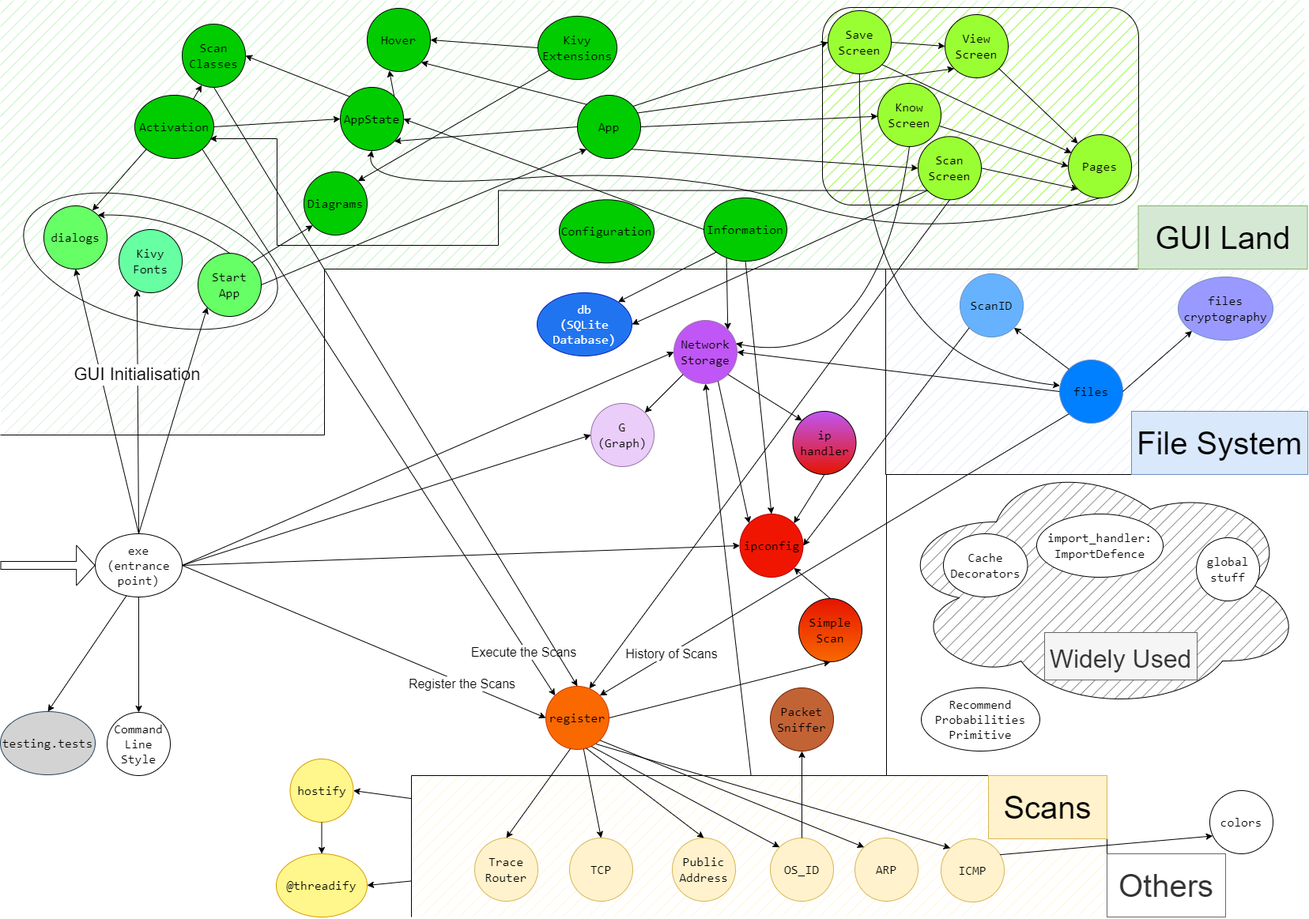
Before: Scanner/drawio-diagrams/done/modules.png, a diagram exported from draw.io (ShZil/network-utilities). Source tidied: cells renumbered, new cells last; positions are measured from the earlier drawing's top-left corner, leaving out a move shared by most shapes.
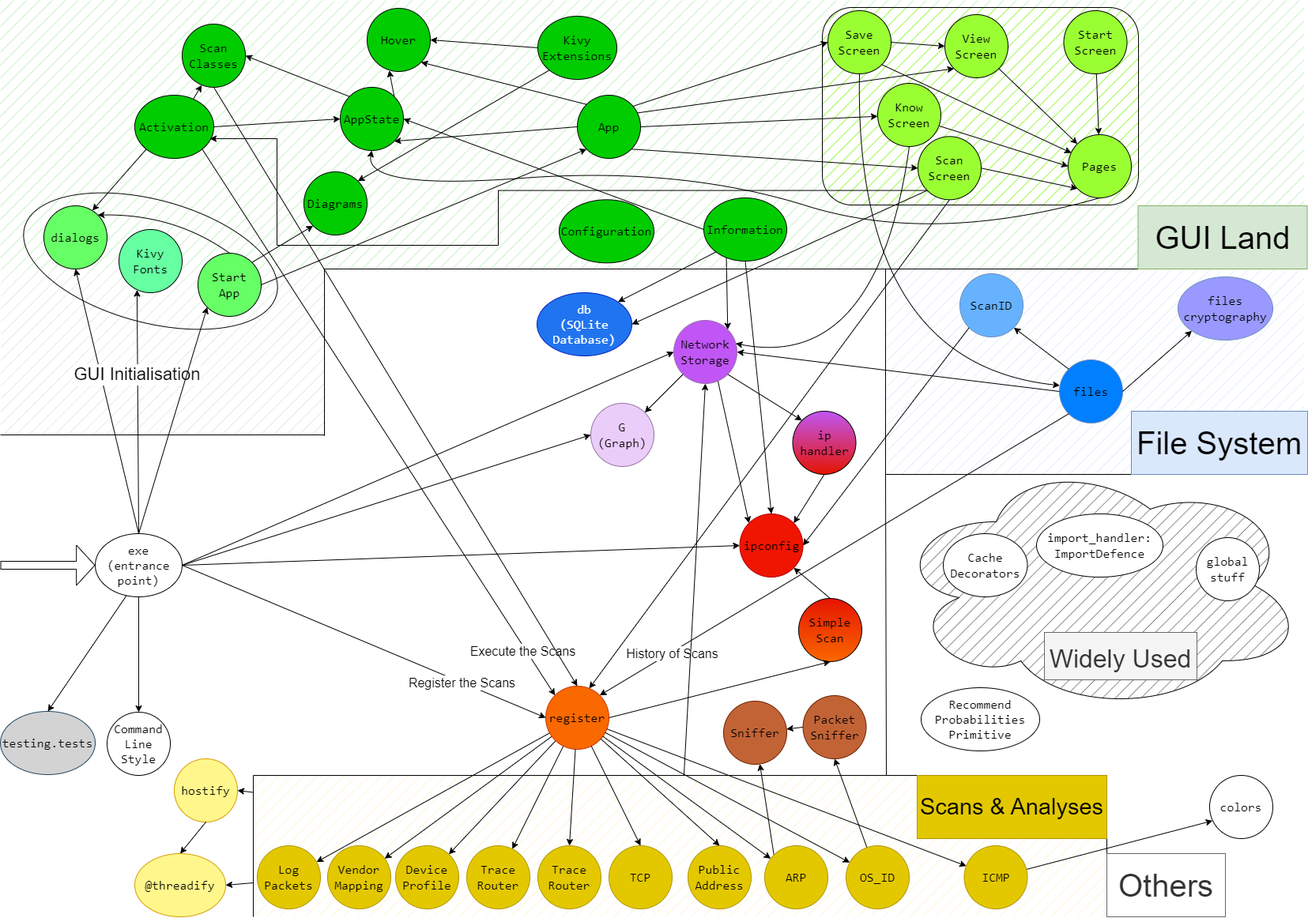
Later version of the same file.

What changed in the source:
```diff
@@ -3,7 +3,7 @@
     <mxCell id="0" />
     <mxCell id="1" parent="0" />
     <mxCell id="2" style="rounded=0;whiteSpace=wrap;html=1;strokeColor=none;fillColor=#fff2cc;fillStyle=hatch;" parent="1" vertex="1">
-      <mxGeometry x="520" y="981" width="880" height="179" as="geometry" />
+      <mxGeometry x="320" y="981" width="1080" height="179" as="geometry" />
     </mxCell>
     <mxCell id="3" style="rounded=0;whiteSpace=wrap;html=1;fillColor=#00CC00;strokeColor=none;fillStyle=hatch;opacity=30;" parent="1" vertex="1">
       <mxGeometry width="1650" height="340" as="geometry" />
@@ -30,7 +30,7 @@
       <mxGeometry x="25" y="252.3" width="330" height="155.4" as="geometry" />
     </mxCell>
     <mxCell id="11" value="colors" style="ellipse;whiteSpace=wrap;html=1;fontFamily=Consolas;fontSize=16;" parent="1" vertex="1">
-      <mxGeometry x="1530" y="1000" width="80" height="80" as="geometry" />
+      <mxGeometry x="1530" y="981" width="80" height="80" as="geometry" />
     </mxCell>
     <mxCell id="12" value="Command&lt;br&gt;Line&lt;br&gt;Style" style="ellipse;whiteSpace=wrap;html=1;fontFamily=Consolas;fontSize=16;" parent="1" vertex="1">
       <mxGeometry x="135" y="901" width="80" height="80" as="geometry" />
@@ -51,7 +51,7 @@
       <mxGeometry x="1513" y="680" width="80" height="80" as="geometry" />
     </mxCell>
     <mxCell id="18" value="hostify" style="ellipse;whiteSpace=wrap;html=1;fontFamily=Consolas;fontSize=16;fillColor=#FFF78C;strokeColor=#d79b00;" parent="1" vertex="1">
-      <mxGeometry x="366.5" y="960" width="80" height="80" as="geometry" />
+      <mxGeometry x="220" y="960" width="80" height="80" as="geometry" />
     </mxCell>
     <mxCell id="19" value="import_handler: ImportDefence" style="ellipse;whiteSpace=wrap;html=1;fontFamily=Consolas;fontSize=16;" parent="1" vertex="1">
       <mxGeometry x="1311" y="650" width="160" height="80" as="geometry" />
@@ -65,12 +65,27 @@
     <mxCell id="22" value="Network&lt;br&gt;Storage" style="ellipse;whiteSpace=wrap;html=1;fontFamily=Consolas;fontSize=16;fillColor=#c056f5;strokeColor=#9673a6;" parent="1" vertex="1">
       <mxGeometry x="852" y="405" width="80" height="80" as="geometry" />
     </mxCell>
+    <mxCell id="131" style="edgeStyle=none;html=1;exitX=0;exitY=0.5;exitDx=0;exitDy=0;fontSize=29;" parent="1" edge="1" source="23" target="144">
+      <mxGeometry relative="1" as="geometry" />
+    </mxCell>
     <mxCell id="23" value="Packet&lt;br&gt;Sniffer" style="ellipse;whiteSpace=wrap;html=1;fontFamily=Consolas;fontSize=16;fillColor=#C26336;fontColor=#000000;strokeColor=#6D1F00;" parent="1" vertex="1">
-      <mxGeometry x="974" y="870" width="80" height="80" as="geometry" />
+      <mxGeometry x="1015.5" y="880" width="80" height="80" as="geometry" />
     </mxCell>
     <mxCell id="24" value="Recommend&lt;br&gt;Probabilities&lt;br&gt;Primitive" style="ellipse;whiteSpace=wrap;html=1;fontFamily=Consolas;fontSize=16;" parent="1" vertex="1">
       <mxGeometry x="1165" y="870" width="150" height="80" as="geometry" />
     </mxCell>
+    <mxCell id="132" style="edgeStyle=none;html=1;fontSize=29;" parent="1" edge="1" source="25" target="140">
+      <mxGeometry relative="1" as="geometry" />
+    </mxCell>
+    <mxCell id="133" style="edgeStyle=none;html=1;fontSize=29;" parent="1" edge="1" source="25" target="141">
+      <mxGeometry relative="1" as="geometry" />
+    </mxCell>
+    <mxCell id="134" style="edgeStyle=none;html=1;fontSize=29;" parent="1" edge="1" source="25" target="142">
+      <mxGeometry relative="1" as="geometry" />
+    </mxCell>
+    <mxCell id="135" style="edgeStyle=none;html=1;fontSize=29;" parent="1" edge="1" source="25" target="143">
+      <mxGeometry relative="1" as="geometry" />
+    </mxCell>
     <mxCell id="25" value="register" style="ellipse;whiteSpace=wrap;html=1;fontFamily=Consolas;fontSize=16;fillColor=#fa6800;strokeColor=#C73500;fontColor=#000000;" parent="1" vertex="1">
       <mxGeometry x="690" y="868" width="80" height="80" as="geometry" />
     </mxCell>
@@ -81,7 +96,7 @@
       <mxGeometry x="1010" y="757" width="80" height="80" as="geometry" />
     </mxCell>
     <mxCell id="28" value="@threadify" style="ellipse;whiteSpace=wrap;html=1;fontFamily=Consolas;fontSize=16;fillColor=#FFF78C;strokeColor=#d79b00;" parent="1" vertex="1">
-      <mxGeometry x="349" y="1080" width="115" height="80" as="geometry" />
+      <mxGeometry x="170" y="1080" width="115" height="80" as="geometry" />
     </mxCell>
     <mxCell id="29" value="Activation" style="ellipse;whiteSpace=wrap;html=1;fontFamily=Consolas;fontSize=16;fillColor=#00CC00;" parent="1" vertex="1">
       <mxGeometry x="170" y="120" width="100" height="80" as="geometry" />
@@ -144,23 +159,14 @@
     <mxCell id="46" value="View&lt;br&gt;Screen" style="ellipse;whiteSpace=wrap;html=1;fontFamily=Consolas;fontSize=16;fillColor=#99FF33;" parent="1" vertex="1">
       <mxGeometry x="1195" y="18" width="80" height="80" as="geometry" />
     </mxCell>
-    <mxCell id="47" value="ARP" style="ellipse;whiteSpace=wrap;html=1;fontFamily=Consolas;fontSize=16;fillColor=#fff2cc;strokeColor=#d6b656;" parent="1" vertex="1">
-      <mxGeometry x="1081" y="1060" width="80" height="80" as="geometry" />
-    </mxCell>
-    <mxCell id="48" value="ICMP" style="ellipse;whiteSpace=wrap;html=1;fontFamily=Consolas;fontSize=16;fillColor=#fff2cc;strokeColor=#d6b656;" parent="1" vertex="1">
-      <mxGeometry x="1190" y="1061" width="80" height="80" as="geometry" />
-    </mxCell>
-    <mxCell id="49" value="OS_ID" style="ellipse;whiteSpace=wrap;html=1;fontFamily=Consolas;fontSize=16;fillColor=#fff2cc;strokeColor=#d6b656;" parent="1" vertex="1">
-      <mxGeometry x="974" y="1060" width="80" height="80" as="geometry" />
-    </mxCell>
-    <mxCell id="50" value="Public&lt;br&gt;Address" style="ellipse;whiteSpace=wrap;html=1;fontFamily=Consolas;fontSize=16;fillColor=#fff2cc;strokeColor=#d6b656;" parent="1" vertex="1">
-      <mxGeometry x="850" y="1060" width="80" height="80" as="geometry" />
+    <mxCell id="50" value="Public&lt;br&gt;Address" style="ellipse;whiteSpace=wrap;html=1;fontFamily=Consolas;fontSize=16;fillColor=#e3c800;strokeColor=#B09500;fontColor=#000000;" parent="1" vertex="1">
+      <mxGeometry x="870" y="1070" width="80" height="80" as="geometry" />
     </mxCell>
-    <mxCell id="51" value="TCP" style="ellipse;whiteSpace=wrap;html=1;fontFamily=Consolas;fontSize=16;fillColor=#fff2cc;strokeColor=#d6b656;" parent="1" vertex="1">
-      <mxGeometry x="720" y="1060" width="80" height="80" as="geometry" />
+    <mxCell id="51" value="TCP" style="ellipse;whiteSpace=wrap;html=1;fontFamily=Consolas;fontSize=16;fillColor=#e3c800;strokeColor=#B09500;fontColor=#000000;" parent="1" vertex="1">
+      <mxGeometry x="770" y="1070" width="80" height="80" as="geometry" />
     </mxCell>
-    <mxCell id="52" value="Trace&lt;br&gt;Router" style="ellipse;whiteSpace=wrap;html=1;fontFamily=Consolas;fontSize=16;fillColor=#fff2cc;strokeColor=#d6b656;" parent="1" vertex="1">
-      <mxGeometry x="600" y="1060" width="80" height="80" as="geometry" />
+    <mxCell id="52" value="Trace&lt;br&gt;Router" style="ellipse;whiteSpace=wrap;html=1;fontFamily=Consolas;fontSize=16;fillColor=#e3c800;strokeColor=#B09500;fontColor=#000000;" parent="1" vertex="1">
+      <mxGeometry x="680" y="1070" width="80" height="80" as="geometry" />
     </mxCell>
     <mxCell id="53" value="testing.tests" style="ellipse;whiteSpace=wrap;html=1;fontFamily=Consolas;fontSize=16;fillColor=#D3D3D3;strokeColor=#23445d;" parent="1" vertex="1">
       <mxGeometry y="900" width="120" height="80" as="geometry" />
@@ -192,22 +198,22 @@
     <mxCell id="62" style="endArrow=classic;html=1;rounded=0;exitX=0.5;exitY=0;exitDx=0;exitDy=0;entryX=0;entryY=1;entryDx=0;entryDy=0;" parent="1" edge="1" source="14" target="40">
       <mxGeometry relative="1" as="geometry" />
     </mxCell>
-    <mxCell id="63" style="endArrow=classic;html=1;rounded=0;exitX=0.39;exitY=0.986;exitDx=0;exitDy=0;entryX=0.5;entryY=0;entryDx=0;entryDy=0;exitPerimeter=0;" parent="1" edge="1" source="25" target="52">
+    <mxCell id="63" style="endArrow=classic;html=1;rounded=0;entryX=0.5;entryY=0;entryDx=0;entryDy=0;" parent="1" edge="1" source="25" target="52">
       <mxGeometry relative="1" as="geometry" />
     </mxCell>
     <mxCell id="64" style="endArrow=classic;html=1;rounded=0;entryX=0.5;entryY=0;entryDx=0;entryDy=0;" parent="1" edge="1" source="25" target="51">
       <mxGeometry relative="1" as="geometry" />
     </mxCell>
-    <mxCell id="65" style="endArrow=classic;html=1;rounded=0;entryX=0.5;entryY=0;entryDx=0;entryDy=0;exitX=0.638;exitY=0.98;exitDx=0;exitDy=0;exitPerimeter=0;" parent="1" edge="1" source="25" target="50">
+    <mxCell id="65" style="endArrow=classic;html=1;rounded=0;entryX=0.5;entryY=0;entryDx=0;entryDy=0;" parent="1" edge="1" source="25" target="50">
       <mxGeometry relative="1" as="geometry" />
     </mxCell>
-    <mxCell id="66" style="endArrow=classic;html=1;rounded=0;entryX=0;entryY=0;entryDx=0;entryDy=0;exitX=0.719;exitY=0.95;exitDx=0;exitDy=0;exitPerimeter=0;" parent="1" edge="1" source="25" target="49">
+    <mxCell id="66" style="endArrow=classic;html=1;rounded=0;" parent="1" edge="1" source="25" target="49">
       <mxGeometry relative="1" as="geometry" />
     </mxCell>
-    <mxCell id="67" style="endArrow=classic;html=1;rounded=0;exitX=0.792;exitY=0.913;exitDx=0;exitDy=0;entryX=0;entryY=0;entryDx=0;entryDy=0;exitPerimeter=0;" parent="1" edge="1" source="25" target="48">
+    <mxCell id="67" style="endArrow=classic;html=1;rounded=0;" parent="1" edge="1" source="25" target="48">
       <mxGeometry relative="1" as="geometry" />
     </mxCell>
-    <mxCell id="68" style="endArrow=classic;html=1;rounded=0;exitX=1;exitY=1;exitDx=0;exitDy=0;entryX=0;entryY=0;entryDx=0;entryDy=0;" parent="1" edge="1" source="25" target="47">
+    <mxCell id="68" style="endArrow=classic;html=1;rounded=0;" parent="1" edge="1" source="25" target="47">
       <mxGeometry relative="1" as="geometry" />
     </mxCell>
     <mxCell id="69" style="endArrow=classic;html=1;rounded=0;exitX=1;exitY=0.5;exitDx=0;exitDy=0;entryX=0;entryY=1;entryDx=0;entryDy=0;" parent="1" edge="1" source="15" target="16">
@@ -395,10 +401,11 @@
     </mxCell>
     <mxCell id="118" style="endArrow=none;html=1;rounded=0;edgeStyle=orthogonalEdgeStyle;" parent="1" edge="1">
       <mxGeometry relative="1" as="geometry">
-        <mxPoint x="520" y="1160" as="sourcePoint" />
+        <mxPoint x="320" y="1160" as="sourcePoint" />
         <mxPoint x="1121" y="981" as="targetPoint" />
         <Array as="points">
-          <mxPoint x="520" y="981" />
+          <mxPoint x="320" y="1160" />
+          <mxPoint x="320" y="981" />
         </Array>
       </mxGeometry>
     </mxCell>
@@ -423,7 +430,7 @@
     <mxCell id="125" style="endArrow=classic;html=1;rounded=0;entryX=0.5;entryY=1;entryDx=0;entryDy=0;" parent="1" edge="1" source="2" target="22">
       <mxGeometry relative="1" as="geometry" />
     </mxCell>
-    <mxCell id="126" style="endArrow=classic;html=1;rounded=0;entryX=0.5;entryY=1;entryDx=0;entryDy=0;exitX=0.5;exitY=0;exitDx=0;exitDy=0;" parent="1" edge="1" source="49" target="23">
+    <mxCell id="126" style="endArrow=classic;html=1;rounded=0;entryX=0.5;entryY=1;entryDx=0;entryDy=0;" parent="1" edge="1" source="49" target="23">
       <mxGeometry relative="1" as="geometry" />
     </mxCell>
     <mxCell id="127" style="endArrow=classic;html=1;rounded=0;entryX=1;entryY=0.5;entryDx=0;entryDy=0;exitX=0;exitY=1;exitDx=0;exitDy=0;" parent="1" edge="1" source="45" target="13">
@@ -437,8 +444,44 @@
         <mxPoint y="715" as="sourcePoint" />
       </mxGeometry>
     </mxCell>
-    <mxCell id="130" style="endArrow=classic;html=1;rounded=0;entryX=0.046;entryY=0.718;entryDx=0;entryDy=0;exitX=0.934;exitY=0.252;exitDx=0;exitDy=0;exitPerimeter=0;entryPerimeter=0;" parent="1" edge="1" source="48" target="11">
+    <mxCell id="130" style="endArrow=classic;html=1;rounded=0;entryX=0.046;entryY=0.718;entryDx=0;entryDy=0;entryPerimeter=0;" parent="1" edge="1" source="48" target="11">
       <mxGeometry relative="1" as="geometry" />
     </mxCell>
+    <mxCell id="136" style="edgeStyle=none;html=1;" parent="1" edge="1" source="137" target="42">
+      <mxGeometry relative="1" as="geometry" />
+    </mxCell>
+    <mxCell id="137" value="Start&lt;br&gt;Screen" style="ellipse;whiteSpace=wrap;html=1;fontFamily=Consolas;fontSize=16;fillColor=#99FF33;" parent="1" vertex="1">
+      <mxGeometry x="1345.5" y="13" width="80" height="80" as="geometry" />
+    </mxCell>
+    <mxCell id="138" value="Scans &amp;amp; Analyses" style="text;html=1;align=center;verticalAlign=middle;whiteSpace=wrap;rounded=0;fontSize=29;fillColor=#e3c800;strokeColor=#B09500;fontColor=#000000;" parent="1" vertex="1">
+      <mxGeometry x="1160" y="981" width="240" height="80" as="geometry" />
+    </mxCell>
+    <mxCell id="48" value="ICMP" style="ellipse;whiteSpace=wrap;html=1;fontFamily=Consolas;fontSize=16;fillColor=#e3c800;strokeColor=#B09500;fontColor=#000000;" parent="1" vertex="1">
+      <mxGeometry x="1219.5" y="1070" width="80" height="80" as="geometry" />
+    </mxCell>
+    <mxCell id="139" style="edgeStyle=none;html=1;exitX=0;exitY=0;exitDx=0;exitDy=0;fontSize=29;" parent="1" edge="1" source="47" target="144">
+      <mxGeometry relative="1" as="geometry" />
+    </mxCell>
+    <mxCell id="47" value="ARP" style="ellipse;whiteSpace=wrap;html=1;fontFamily=Consolas;fontSize=16;fillColor=#e3c800;strokeColor=#B09500;fontColor=#000000;" parent="1" vertex="1">
+      <mxGeometry x="967" y="1070" width="80" height="80" as="geometry" />
+    </mxCell>
+    <mxCell id="49" value="OS_ID" style="ellipse;whiteSpace=wrap;html=1;fontFamily=Consolas;fontSize=16;fillColor=#e3c800;strokeColor=#B09500;fontColor=#000000;" parent="1" vertex="1">
+      <mxGeometry x="1070" y="1070" width="80" height="80" as="geometry" />
+    </mxCell>
+    <mxCell id="140" value="Trace&lt;br&gt;Router" style="ellipse;whiteSpace=wrap;html=1;fontFamily=Consolas;fontSize=16;fillColor=#e3c800;strokeColor=#B09500;fontColor=#000000;" parent="1" vertex="1">
+      <mxGeometry x="590" y="1070" width="80" height="80" as="geometry" />
+    </mxCell>
+    <mxCell id="141" value="Device Profile" style="ellipse;whiteSpace=wrap;html=1;fontFamily=Consolas;fontSize=16;fillColor=#e3c800;strokeColor=#B09500;fontColor=#000000;" parent="1" vertex="1">
+      <mxGeometry x="500" y="1070" width="80" height="80" as="geometry" />
+    </mxCell>
+    <mxCell id="142" value="Vendor Mapping" style="ellipse;whiteSpace=wrap;html=1;fontFamily=Consolas;fontSize=16;fillColor=#e3c800;strokeColor=#B09500;fontColor=#000000;" parent="1" vertex="1">
+      <mxGeometry x="414" y="1070" width="80" height="80" as="geometry" />
+    </mxCell>
+    <mxCell id="143" value="Log Packets" style="ellipse;whiteSpace=wrap;html=1;fontFamily=Consolas;fontSize=16;fillColor=#e3c800;strokeColor=#B09500;fontColor=#000000;" parent="1" vertex="1">
+      <mxGeometry x="325" y="1070" width="80" height="80" as="geometry" />
+    </mxCell>
+    <mxCell id="144" value="Sniffer" style="ellipse;whiteSpace=wrap;html=1;fontFamily=Consolas;fontSize=16;fillColor=#C26336;fontColor=#000000;strokeColor=#6D1F00;" parent="1" vertex="1">
+      <mxGeometry x="915" y="887" width="80" height="80" as="geometry" />
+    </mxCell>
   </root>
 </mxGraphModel>
```
